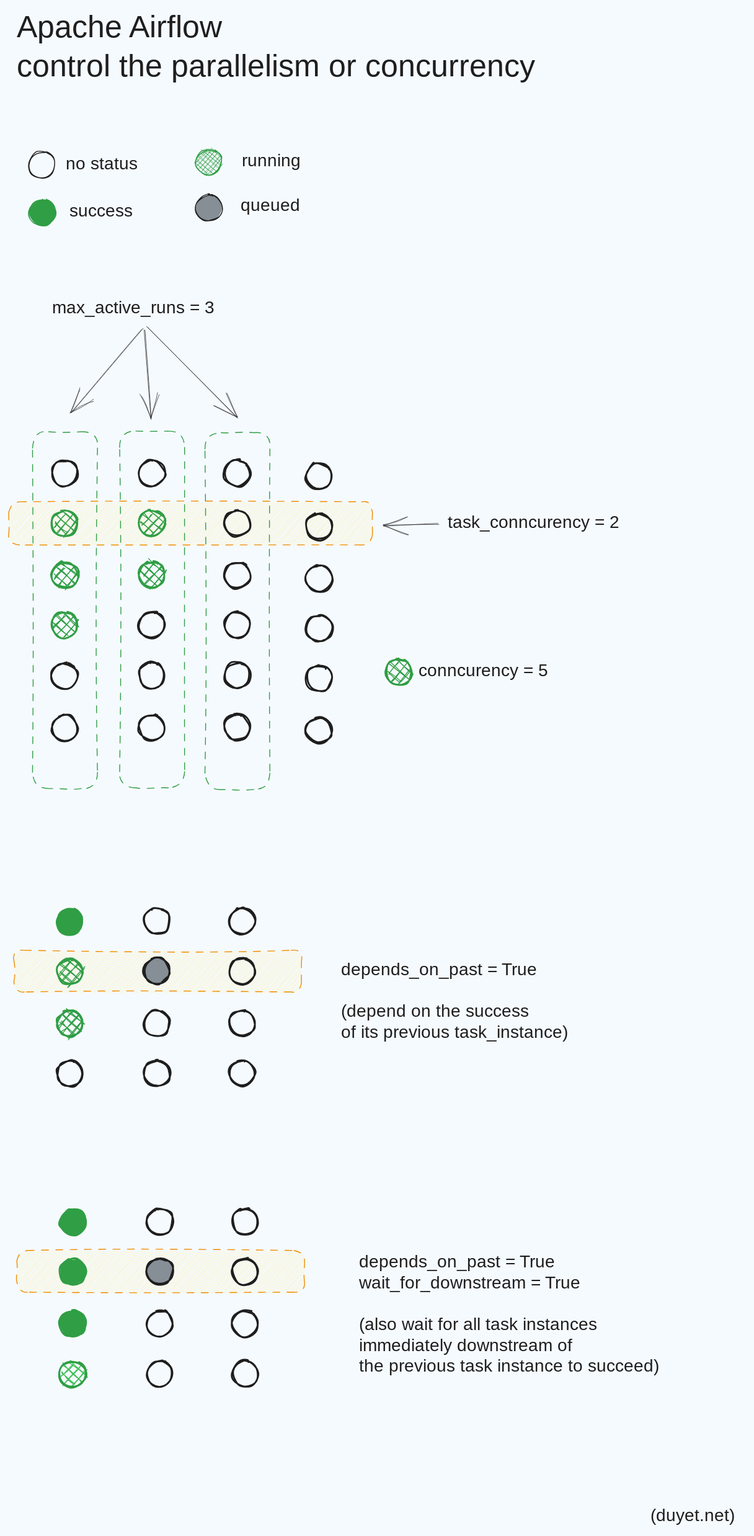
The Excalidraw diagram public/media/2023/07/airflow-control-parallelism-concurrency.svg in duyet/monorepo, before a commit. Source tidied: one line per element, renumbered; positions are measured from the earlier drawing's top-left corner, leaving out a move shared by most shapes. Source of this version:
```json
{"id": 0, "type": "rectangle", "strokeColor": "#f08c00", "backgroundColor": "#ffec99", "fillStyle": "hachure", "strokeWidth": 0.5, "strokeStyle": "dashed", "roughness": 1, "round": true, "x": 0, "y": 568, "width": 419, "height": 50}
{"id": 1, "type": "rectangle", "strokeColor": "#f08c00", "backgroundColor": "#ffec99", "fillStyle": "hachure", "strokeWidth": 0.5, "strokeStyle": "dashed", "roughness": 1, "round": true, "x": 6, "y": 1084, "width": 331, "height": 48}
{"id": 2, "type": "ellipse", "strokeColor": "#1e1e1e", "strokeWidth": 2, "roughness": 1, "round": true, "x": 50, "y": 520, "width": 30, "height": 30}
{"id": 3, "type": "ellipse", "strokeColor": "#2f9e44", "backgroundColor": "#2f9e44", "fillStyle": "cross-hatch", "strokeWidth": 2, "roughness": 1, "round": true, "x": 50, "y": 578, "width": 30, "height": 30}
{"id": 4, "type": "ellipse", "strokeColor": "#2f9e44", "backgroundColor": "#2f9e44", "fillStyle": "cross-hatch", "strokeWidth": 2, "roughness": 1, "round": true, "x": 50, "y": 637, "width": 30, "height": 30}
{"id": 5, "type": "ellipse", "strokeColor": "#2f9e44", "backgroundColor": "#2f9e44", "fillStyle": "cross-hatch", "strokeWidth": 2, "roughness": 1, "round": true, "x": 50, "y": 695, "width": 30, "height": 30}
{"id": 6, "type": "ellipse", "strokeColor": "#1e1e1e", "strokeWidth": 2, "roughness": 1, "round": true, "x": 50, "y": 753, "width": 30, "height": 30}
{"id": 7, "type": "ellipse", "strokeColor": "#1e1e1e", "strokeWidth": 2, "roughness": 1, "round": true, "x": 50, "y": 813, "width": 30, "height": 30}
{"id": 8, "type": "rectangle", "strokeColor": "#2f9e44", "strokeWidth": 0.5, "strokeStyle": "dashed", "roughness": 1, "round": true, "x": 27, "y": 487, "width": 75, "height": 411}
{"id": 9, "type": "ellipse", "strokeColor": "#1e1e1e", "strokeWidth": 2, "roughness": 1, "round": true, "x": 150, "y": 520, "width": 30, "height": 30}
{"id": 10, "type": "ellipse", "strokeColor": "#2f9e44", "backgroundColor": "#2f9e44", "fillStyle": "cross-hatch", "strokeWidth": 2, "roughness": 1, "round": true, "x": 150, "y": 577, "width": 30, "height": 30}
{"id": 11, "type": "ellipse", "strokeColor": "#2f9e44", "backgroundColor": "#2f9e44", "fillStyle": "cross-hatch", "strokeWidth": 2, "roughness": 1, "round": true, "x": 150, "y": 637, "width": 30, "height": 30}
{"id": 12, "type": "ellipse", "strokeColor": "#1e1e1e", "strokeWidth": 2, "roughness": 1, "round": true, "x": 150, "y": 695, "width": 30, "height": 30}
{"id": 13, "type": "ellipse", "strokeColor": "#1e1e1e", "strokeWidth": 2, "roughness": 1, "round": true, "x": 150, "y": 753, "width": 30, "height": 30}
{"id": 14, "type": "ellipse", "strokeColor": "#1e1e1e", "strokeWidth": 2, "roughness": 1, "round": true, "x": 150, "y": 813, "width": 30, "height": 30}
{"id": 15, "type": "rectangle", "strokeColor": "#2f9e44", "strokeWidth": 0.5, "strokeStyle": "dashed", "roughness": 1, "round": true, "x": 128, "y": 486, "width": 75, "height": 411}
{"id": 16, "type": "ellipse", "strokeColor": "#1e1e1e", "strokeWidth": 2, "roughness": 1, "round": true, "x": 248, "y": 520, "width": 30, "height": 30}
{"id": 17, "type": "ellipse", "strokeColor": "#1e1e1e", "strokeWidth": 2, "roughness": 1, "round": true, "x": 248, "y": 577, "width": 30, "height": 30}
{"id": 18, "type": "ellipse", "strokeColor": "#1e1e1e", "strokeWidth": 2, "roughness": 1, "round": true, "x": 248, "y": 637, "width": 30, "height": 30}
{"id": 19, "type": "ellipse", "strokeColor": "#1e1e1e", "strokeWidth": 2, "roughness": 1, "round": true, "x": 248, "y": 695, "width": 30, "height": 30}
{"id": 20, "type": "ellipse", "strokeColor": "#1e1e1e", "strokeWidth": 2, "roughness": 1, "round": true, "x": 248, "y": 753, "width": 30, "height": 30}
{"id": 21, "type": "ellipse", "strokeColor": "#1e1e1e", "strokeWidth": 2, "roughness": 1, "round": true, "x": 248, "y": 813, "width": 30, "height": 30}
{"id": 22, "type": "rectangle", "strokeColor": "#2f9e44", "strokeWidth": 0.5, "strokeStyle": "dashed", "roughness": 1, "round": true, "x": 226, "y": 488, "width": 75, "height": 411}
{"id": 23, "type": "ellipse", "strokeColor": "#1e1e1e", "strokeWidth": 2, "roughness": 1, "round": true, "x": 343, "y": 523, "width": 30, "height": 30}
{"id": 24, "type": "ellipse", "strokeColor": "#1e1e1e", "strokeWidth": 2, "roughness": 1, "round": true, "x": 343, "y": 581, "width": 30, "height": 30}
{"id": 25, "type": "ellipse", "strokeColor": "#1e1e1e", "strokeWidth": 2, "roughness": 1, "round": true, "x": 343, "y": 641, "width": 30, "height": 30}
{"id": 26, "type": "ellipse", "strokeColor": "#1e1e1e", "strokeWidth": 2, "roughness": 1, "round": true, "x": 343, "y": 699, "width": 30, "height": 30}
{"id": 27, "type": "ellipse", "strokeColor": "#1e1e1e", "strokeWidth": 2, "roughness": 1, "round": true, "x": 343, "y": 756, "width": 30, "height": 30}
{"id": 28, "type": "ellipse", "strokeColor": "#1e1e1e", "strokeWidth": 2, "roughness": 1, "round": true, "x": 343, "y": 816, "width": 30, "height": 30}
{"id": 29, "type": "text", "text": "max_active_runs = 3", "strokeColor": "#1e1e1e", "backgroundColor": "#40c057", "fillStyle": "solid", "strokeWidth": 0.5, "strokeStyle": "dashed", "roughness": 1, "fontSize": 20, "fontFamily": 3, "x": 50, "y": 333, "width": 223, "height": 24}
{"id": 30, "type": "arrow", "strokeColor": "#1e1e1e", "backgroundColor": "#40c057", "fillStyle": "solid", "strokeWidth": 0.5, "roughness": 1, "endArrowhead": "arrow", "round": true, "from": 29, "x": 154, "y": 369, "width": 82, "height": 95, "points": [[0, 0], [-82, 95]]}
{"id": 31, "type": "arrow", "strokeColor": "#1e1e1e", "backgroundColor": "#40c057", "fillStyle": "solid", "strokeWidth": 0.5, "roughness": 1, "endArrowhead": "arrow", "round": true, "from": 29, "to": 15, "x": 156, "y": 369, "width": 7, "height": 103, "points": [[0, 0], [7, 103]]}
{"id": 32, "type": "arrow", "strokeColor": "#1e1e1e", "backgroundColor": "#40c057", "fillStyle": "solid", "strokeWidth": 0.5, "roughness": 1, "endArrowhead": "arrow", "round": true, "from": 29, "to": 22, "x": 159, "y": 366, "width": 105, "height": 105, "points": [[0, 0], [105, 105]]}
{"id": 33, "type": "text", "text": "task_conncurency = 2", "strokeColor": "#1e1e1e", "backgroundColor": "#40c057", "fillStyle": "solid", "strokeWidth": 0.5, "roughness": 1, "fontSize": 20, "fontFamily": 3, "x": 506, "y": 580, "width": 234, "height": 24}
{"id": 34, "type": "arrow", "strokeColor": "#1e1e1e", "backgroundColor": "#40c057", "fillStyle": "solid", "strokeWidth": 0.5, "roughness": 1, "endArrowhead": "arrow", "round": true, "from": 33, "to": 0, "x": 495, "y": 594, "width": 63, "height": 2, "points": [[0, 0], [-63, 2]]}
{"id": 35, "type": "text", "text": "conncurency = 5", "strokeColor": "#1e1e1e", "backgroundColor": "#40c057", "fillStyle": "solid", "strokeWidth": 0.5, "roughness": 1, "fontSize": 20, "fontFamily": 3, "x": 472, "y": 751, "width": 176, "height": 24}
{"id": 36, "type": "ellipse", "strokeColor": "#2f9e44", "backgroundColor": "#2f9e44", "fillStyle": "cross-hatch", "strokeWidth": 2, "roughness": 1, "round": true, "x": 435, "y": 749, "width": 30, "height": 30}
{"id": 37, "type": "ellipse", "strokeColor": "#2f9e44", "backgroundColor": "#2f9e44", "fillStyle": "solid", "strokeWidth": 2, "roughness": 1, "round": true, "x": 56, "y": 1037, "width": 30, "height": 30}
{"id": 38, "type": "ellipse", "strokeColor": "#2f9e44", "backgroundColor": "#2f9e44", "fillStyle": "cross-hatch", "strokeWidth": 2, "roughness": 1, "round": true, "x": 56, "y": 1094, "width": 30, "height": 30}
{"id": 39, "type": "ellipse", "strokeColor": "#2f9e44", "backgroundColor": "#2f9e44", "fillStyle": "cross-hatch", "strokeWidth": 2, "roughness": 1, "round": true, "x": 56, "y": 1154, "width": 30, "height": 30}
{"id": 40, "type": "ellipse", "strokeColor": "#1e1e1e", "strokeWidth": 2, "roughness": 1, "round": true, "x": 56, "y": 1211, "width": 30, "height": 30}
{"id": 41, "type": "ellipse", "strokeColor": "#1e1e1e", "strokeWidth": 2, "roughness": 1, "round": true, "x": 156, "y": 1036, "width": 30, "height": 30}
{"id": 42, "type": "ellipse", "strokeColor": "#1e1e1e", "backgroundColor": "#868e96", "fillStyle": "solid", "strokeWidth": 2, "roughness": 1, "round": true, "x": 156, "y": 1093, "width": 30, "height": 30}
{"id": 43, "type": "ellipse", "strokeColor": "#1e1e1e", "strokeWidth": 2, "roughness": 1, "round": true, "x": 156, "y": 1153, "width": 30, "height": 30}
{"id": 44, "type": "ellipse", "strokeColor": "#1e1e1e", "strokeWidth": 2, "roughness": 1, "round": true, "x": 156, "y": 1211, "width": 30, "height": 30}
{"id": 45, "type": "ellipse", "strokeColor": "#1e1e1e", "strokeWidth": 2, "roughness": 1, "round": true, "x": 254, "y": 1036, "width": 30, "height": 30}
{"id": 46, "type": "ellipse", "strokeColor": "#1e1e1e", "strokeWidth": 2, "roughness": 1, "round": true, "x": 254, "y": 1094, "width": 30, "height": 30}
{"id": 47, "type": "ellipse", "strokeColor": "#1e1e1e", "strokeWidth": 2, "roughness": 1, "round": true, "x": 254, "y": 1154, "width": 30, "height": 30}
{"id": 48, "type": "ellipse", "strokeColor": "#1e1e1e", "strokeWidth": 2, "roughness": 1, "round": true, "x": 254, "y": 1211, "width": 30, "height": 30}
{"id": 49, "type": "text", "text": "depends_on_past = True\n\n(depend on the success \nof its previous task_instance)", "strokeColor": "#1e1e1e", "backgroundColor": "#40c057", "fillStyle": "solid", "strokeWidth": 0.5, "roughness": 1, "fontSize": 20, "fontFamily": 3, "x": 383, "y": 1095, "width": 352, "height": 96}
{"id": 50, "type": "ellipse", "strokeColor": "#2f9e44", "backgroundColor": "#2f9e44", "fillStyle": "cross-hatch", "strokeWidth": 1, "roughness": 1, "round": true, "x": 216, "y": 162, "width": 30, "height": 30}
{"id": 51, "type": "ellipse", "strokeColor": "#1e1e1e", "backgroundColor": "#868e96", "fillStyle": "solid", "strokeWidth": 1, "roughness": 1, "round": true, "x": 216, "y": 214, "width": 30, "height": 30}
{"id": 52, "type": "text", "text": "running", "strokeColor": "#1e1e1e", "backgroundColor": "#868e96", "fillStyle": "solid", "strokeWidth": 0.5, "roughness": 1, "fontSize": 20, "fontFamily": 3, "x": 269, "y": 163, "width": 82, "height": 24}
{"id": 53, "type": "text", "text": "queued", "strokeColor": "#1e1e1e", "backgroundColor": "#868e96", "fillStyle": "solid", "strokeWidth": 0.5, "roughness": 1, "fontSize": 20, "fontFamily": 3, "x": 267, "y": 215, "width": 70, "height": 24}
{"id": 54, "type": "ellipse", "strokeColor": "#1e1e1e", "strokeWidth": 1, "roughness": 1, "round": true, "x": 23, "y": 164, "width": 30, "height": 30}
{"id": 55, "type": "text", "text": "no status", "strokeColor": "#1e1e1e", "backgroundColor": "#868e96", "fillStyle": "solid", "strokeWidth": 0.5, "roughness": 1, "fontSize": 20, "fontFamily": 3, "x": 66, "y": 167, "width": 105, "height": 24}
{"id": 56, "type": "ellipse", "strokeColor": "#2f9e44", "backgroundColor": "#2f9e44", "fillStyle": "solid", "strokeWidth": 1, "roughness": 1, "round": true, "x": 24, "y": 220, "width": 30, "height": 30}
{"id": 57, "type": "text", "text": "success", "strokeColor": "#1e1e1e", "backgroundColor": "#868e96", "fillStyle": "solid", "strokeWidth": 0.5, "roughness": 1, "fontSize": 20, "fontFamily": 3, "x": 70, "y": 221, "width": 82, "height": 24}
{"id": 58, "type": "rectangle", "strokeColor": "#f08c00", "backgroundColor": "#ffec99", "fillStyle": "hachure", "strokeWidth": 0.5, "strokeStyle": "dashed", "roughness": 1, "round": true, "x": 9, "y": 1430, "width": 331, "height": 48}
{"id": 59, "type": "ellipse", "strokeColor": "#2f9e44", "backgroundColor": "#2f9e44", "fillStyle": "solid", "strokeWidth": 2, "roughness": 1, "round": true, "x": 59, "y": 1382, "width": 30, "height": 30}
{"id": 60, "type": "ellipse", "strokeColor": "#2f9e44", "backgroundColor": "#2f9e44", "fillStyle": "solid", "strokeWidth": 2, "roughness": 1, "round": true, "x": 59, "y": 1440, "width": 30, "height": 30}
{"id": 61, "type": "ellipse", "strokeColor": "#2f9e44", "backgroundColor": "#2f9e44", "fillStyle": "solid", "strokeWidth": 2, "roughness": 1, "round": true, "x": 59, "y": 1499, "width": 30, "height": 30}
{"id": 62, "type": "ellipse", "strokeColor": "#2f9e44", "backgroundColor": "#40c057", "fillStyle": "cross-hatch", "strokeWidth": 2, "roughness": 1, "round": true, "x": 59, "y": 1557, "width": 30, "height": 30}
{"id": 63, "type": "ellipse", "strokeColor": "#1e1e1e", "strokeWidth": 2, "roughness": 1, "round": true, "x": 159, "y": 1382, "width": 30, "height": 30}
{"id": 64, "type": "ellipse", "strokeColor": "#1e1e1e", "backgroundColor": "#868e96", "fillStyle": "solid", "strokeWidth": 2, "roughness": 1, "round": true, "x": 159, "y": 1439, "width": 30, "height": 30}
{"id": 65, "type": "ellipse", "strokeColor": "#1e1e1e", "strokeWidth": 2, "roughness": 1, "round": true, "x": 159, "y": 1499, "width": 30, "height": 30}
{"id": 66, "type": "ellipse", "strokeColor": "#1e1e1e", "strokeWidth": 2, "roughness": 1, "round": true, "x": 159, "y": 1557, "width": 30, "height": 30}
{"id": 67, "type": "ellipse", "strokeColor": "#1e1e1e", "strokeWidth": 2, "roughness": 1, "round": true, "x": 258, "y": 1382, "width": 30, "height": 30}
{"id": 68, "type": "ellipse", "strokeColor": "#1e1e1e", "strokeWidth": 2, "roughness": 1, "round": true, "x": 258, "y": 1439, "width": 30, "height": 30}
{"id": 69, "type": "ellipse", "strokeColor": "#1e1e1e", "strokeWidth": 2, "roughness": 1, "round": true, "x": 258, "y": 1499, "width": 30, "height": 30}
{"id": 70, "type": "ellipse", "strokeColor": "#1e1e1e", "strokeWidth": 2, "roughness": 1, "round": true, "x": 258, "y": 1557, "width": 30, "height": 30}
{"id": 71, "type": "text", "text": "depends_on_past = True\nwait_for_downstream = True\n\n(also wait for all task instances\nimmediately downstream of \nthe previous task instance to succeed)", "strokeColor": "#1e1e1e", "backgroundColor": "#40c057", "fillStyle": "solid", "strokeWidth": 0.5, "roughness": 1, "fontSize": 20, "fontFamily": 3, "x": 403, "y": 1432, "width": 445, "height": 144}
{"id": 72, "type": "text", "text": "Apache Airflow\ncontrol the parallelism or concurrency", "strokeColor": "#1e1e1e", "backgroundColor": "#2f9e44", "fillStyle": "cross-hatch", "strokeWidth": 0.5, "roughness": 1, "fontSize": 36, "fontFamily": 1, "x": 9, "y": 0, "width": 661, "height": 90}
{"id": 73, "type": "text", "text": "(duyet.net)", "strokeColor": "#1e1e1e", "backgroundColor": "#2f9e44", "fillStyle": "cross-hatch", "strokeWidth": 2, "roughness": 1, "fontSize": 20, "fontFamily": 1, "x": 739, "y": 1724, "width": 106, "height": 25}
```
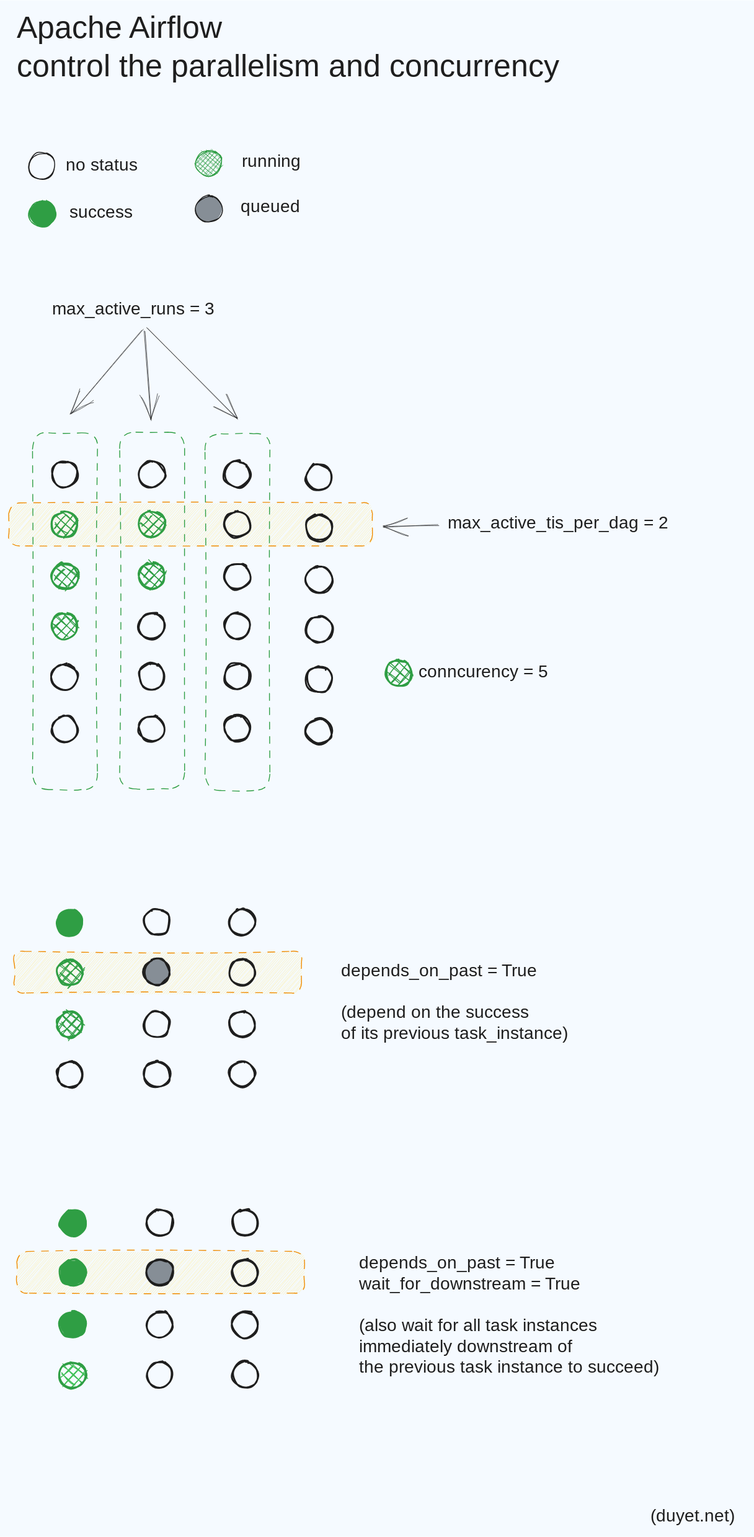
The same diagram one commit later.

The edit, as a diff of the source:
```diff
@@ -31,7 +31,7 @@
 {"id": 30, "type": "arrow", "strokeColor": "#1e1e1e", "backgroundColor": "#40c057", "fillStyle": "solid", "strokeWidth": 0.5, "roughness": 1, "endArrowhead": "arrow", "round": true, "from": 29, "x": 154, "y": 369, "width": 82, "height": 95, "points": [[0, 0], [-82, 95]]}
 {"id": 31, "type": "arrow", "strokeColor": "#1e1e1e", "backgroundColor": "#40c057", "fillStyle": "solid", "strokeWidth": 0.5, "roughness": 1, "endArrowhead": "arrow", "round": true, "from": 29, "to": 15, "x": 156, "y": 369, "width": 7, "height": 103, "points": [[0, 0], [7, 103]]}
 {"id": 32, "type": "arrow", "strokeColor": "#1e1e1e", "backgroundColor": "#40c057", "fillStyle": "solid", "strokeWidth": 0.5, "roughness": 1, "endArrowhead": "arrow", "round": true, "from": 29, "to": 22, "x": 159, "y": 366, "width": 105, "height": 105, "points": [[0, 0], [105, 105]]}
-{"id": 33, "type": "text", "text": "task_conncurency = 2", "strokeColor": "#1e1e1e", "backgroundColor": "#40c057", "fillStyle": "solid", "strokeWidth": 0.5, "roughness": 1, "fontSize": 20, "fontFamily": 3, "x": 506, "y": 580, "width": 234, "height": 24}
+{"id": 33, "type": "text", "text": "max_active_tis_per_dag = 2", "strokeColor": "#1e1e1e", "backgroundColor": "#40c057", "fillStyle": "solid", "strokeWidth": 0.5, "roughness": 1, "fontSize": 20, "fontFamily": 3, "x": 506, "y": 580, "width": 305, "height": 24}
 {"id": 34, "type": "arrow", "strokeColor": "#1e1e1e", "backgroundColor": "#40c057", "fillStyle": "solid", "strokeWidth": 0.5, "roughness": 1, "endArrowhead": "arrow", "round": true, "from": 33, "to": 0, "x": 495, "y": 594, "width": 63, "height": 2, "points": [[0, 0], [-63, 2]]}
 {"id": 35, "type": "text", "text": "conncurency = 5", "strokeColor": "#1e1e1e", "backgroundColor": "#40c057", "fillStyle": "solid", "strokeWidth": 0.5, "roughness": 1, "fontSize": 20, "fontFamily": 3, "x": 472, "y": 751, "width": 176, "height": 24}
 {"id": 36, "type": "ellipse", "strokeColor": "#2f9e44", "backgroundColor": "#2f9e44", "fillStyle": "cross-hatch", "strokeWidth": 2, "roughness": 1, "round": true, "x": 435, "y": 749, "width": 30, "height": 30}
@@ -70,5 +70,5 @@
 {"id": 69, "type": "ellipse", "strokeColor": "#1e1e1e", "strokeWidth": 2, "roughness": 1, "round": true, "x": 258, "y": 1499, "width": 30, "height": 30}
 {"id": 70, "type": "ellipse", "strokeColor": "#1e1e1e", "strokeWidth": 2, "roughness": 1, "round": true, "x": 258, "y": 1557, "width": 30, "height": 30}
 {"id": 71, "type": "text", "text": "depends_on_past = True\nwait_for_downstream = True\n\n(also wait for all task instances\nimmediately downstream of \nthe previous task instance to succeed)", "strokeColor": "#1e1e1e", "backgroundColor": "#40c057", "fillStyle": "solid", "strokeWidth": 0.5, "roughness": 1, "fontSize": 20, "fontFamily": 3, "x": 403, "y": 1432, "width": 445, "height": 144}
-{"id": 72, "type": "text", "text": "Apache Airflow\ncontrol the parallelism or concurrency", "strokeColor": "#1e1e1e", "backgroundColor": "#2f9e44", "fillStyle": "cross-hatch", "strokeWidth": 0.5, "roughness": 1, "fontSize": 36, "fontFamily": 1, "x": 9, "y": 0, "width": 661, "height": 90}
+{"id": 72, "type": "text", "text": "Apache Airflow\ncontrol the parallelism and concurrency", "strokeColor": "#1e1e1e", "backgroundColor": "#2f9e44", "fillStyle": "cross-hatch", "strokeWidth": 0.5, "roughness": 1, "fontSize": 36, "fontFamily": 1, "x": 9, "y": -1, "width": 687, "height": 90}
 {"id": 73, "type": "text", "text": "(duyet.net)", "strokeColor": "#1e1e1e", "backgroundColor": "#2f9e44", "fillStyle": "cross-hatch", "strokeWidth": 2, "roughness": 1, "fontSize": 20, "fontFamily": 1, "x": 739, "y": 1724, "width": 106, "height": 25}
```
